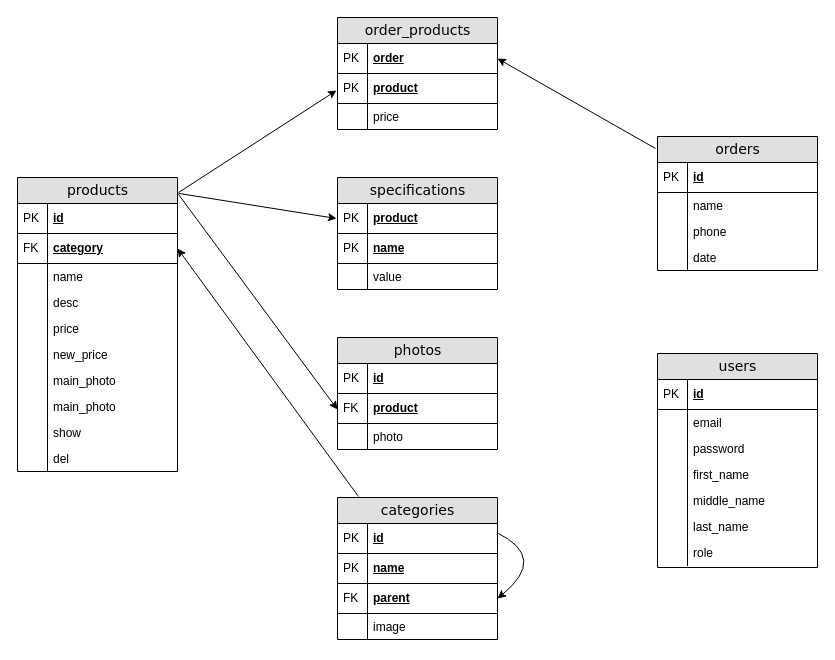
Earlier version of the draw.io diagram schema.drawio (ahr9n/delivery-food). Source tidied: cells renumbered, new cells numbered last; positions are measured from the earlier drawing's top-left corner, leaving out a move shared by most shapes. Both pictures are drawn from the tidied source at 100%, with x=0, y=0 at pixel (17, 17).
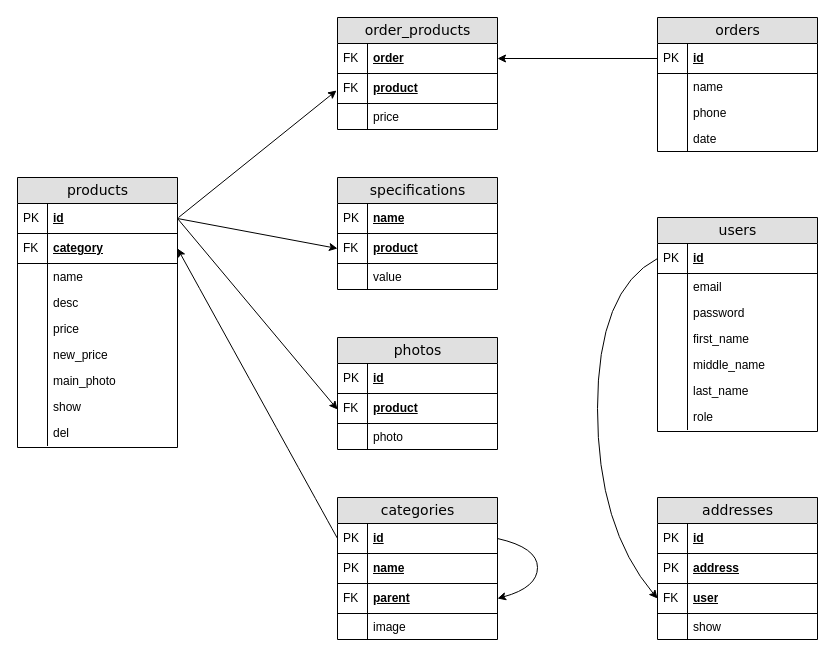
After the change.

The change refers to these unchanged cells:
```xml
<mxCell id="3" value="order" style="shape=partialRectangle;top=0;left=0;right=0;bottom=1;html=1;align=left;verticalAlign=middle;fillColor=none;spacingLeft=34;spacingRight=4;whiteSpace=wrap;overflow=hidden;points=[[0,0.5],[1,0.5]];portConstraint=eastwest;fontStyle=5;" parent="2" vertex="1">
  <mxGeometry y="26" width="160" height="30" as="geometry" />
</mxCell>
<mxCell id="5" value="product" style="shape=partialRectangle;top=0;left=0;right=0;bottom=1;html=1;align=left;verticalAlign=middle;fillColor=none;spacingLeft=34;spacingRight=4;whiteSpace=wrap;overflow=hidden;fontStyle=5;" parent="2" vertex="1">
  <mxGeometry y="56" width="160" height="30" as="geometry" />
</mxCell>
<mxCell id="9" value="specifications" style="swimlane;html=1;fontStyle=0;horizontal=1;startSize=26;fillColor=#e0e0e0;swimlaneFillColor=#ffffff;align=center;rounded=0;shadow=0;comic=0;labelBackgroundColor=none;strokeWidth=1;fontFamily=Verdana;fontSize=14;" parent="1" vertex="1">
  <mxGeometry x="320" y="160" width="160" height="112" as="geometry" />
</mxCell>
<mxCell id="17" value="id" style="shape=partialRectangle;top=0;left=0;right=0;bottom=1;html=1;align=left;verticalAlign=middle;fillColor=none;spacingLeft=34;spacingRight=4;whiteSpace=wrap;overflow=hidden;points=[[0,0.5],[1,0.5]];portConstraint=eastwest;fontStyle=5;" parent="16" vertex="1">
  <mxGeometry y="26" width="160" height="30" as="geometry" />
</mxCell>
<mxCell id="32" value="id" style="shape=partialRectangle;top=0;left=0;right=0;bottom=1;html=1;align=left;verticalAlign=middle;fillColor=none;spacingLeft=34;spacingRight=4;whiteSpace=wrap;overflow=hidden;points=[[0,0.5],[1,0.5]];portConstraint=eastwest;fontStyle=5;" parent="31" vertex="1">
  <mxGeometry y="26" width="160" height="30" as="geometry" />
</mxCell>
<mxCell id="34" value="category" style="shape=partialRectangle;top=0;left=0;right=0;bottom=1;html=1;align=left;verticalAlign=middle;fillColor=none;spacingLeft=34;spacingRight=4;whiteSpace=wrap;overflow=hidden;points=[[0,0.5],[1,0.5]];portConstraint=eastwest;fontStyle=5;" parent="31" vertex="1">
  <mxGeometry y="56" width="160" height="30" as="geometry" />
</mxCell>
<mxCell id="52" value="categories" style="swimlane;html=1;fontStyle=0;horizontal=1;startSize=26;fillColor=#e0e0e0;swimlaneFillColor=#ffffff;align=center;rounded=0;shadow=0;comic=0;labelBackgroundColor=none;strokeWidth=1;fontFamily=Verdana;fontSize=14;" parent="1" vertex="1">
  <mxGeometry x="320" y="480" width="160" height="142" as="geometry" />
</mxCell>
<mxCell id="53" value="id" style="shape=partialRectangle;top=0;left=0;right=0;bottom=1;html=1;align=left;verticalAlign=middle;fillColor=none;spacingLeft=34;spacingRight=4;whiteSpace=wrap;overflow=hidden;points=[[0,0.5],[1,0.5]];portConstraint=eastwest;fontStyle=5;" parent="52" vertex="1">
  <mxGeometry y="26" width="160" height="30" as="geometry" />
</mxCell>
<mxCell id="57" value="parent" style="shape=partialRectangle;top=0;left=0;right=0;bottom=1;html=1;align=left;verticalAlign=middle;fillColor=none;spacingLeft=34;spacingRight=4;whiteSpace=wrap;overflow=hidden;points=[[0,0.5],[1,0.5]];portConstraint=eastwest;fontStyle=5;" parent="52" vertex="1">
  <mxGeometry y="86" width="160" height="30" as="geometry" />
</mxCell>
<mxCell id="70" value="id" style="shape=partialRectangle;top=0;left=0;right=0;bottom=1;html=1;align=left;verticalAlign=middle;fillColor=none;spacingLeft=34;spacingRight=4;whiteSpace=wrap;overflow=hidden;points=[[0,0.5],[1,0.5]];portConstraint=eastwest;fontStyle=5;" parent="69" vertex="1">
  <mxGeometry y="26" width="160" height="30" as="geometry" />
</mxCell>
```

Diff of the diagram source:
```diff
@@
-    <mxCell id="4" value="PK" style="shape=partialRectangle;top=0;left=0;bottom=0;html=1;fillColor=none;align=left;verticalAlign=middle;spacingLeft=4;spacingRight=4;whiteSpace=wrap;overflow=hidden;" parent="3" vertex="1">
+    <mxCell id="4" value="FK" style="shape=partialRectangle;top=0;left=0;bottom=0;html=1;fillColor=none;align=left;verticalAlign=middle;spacingLeft=4;spacingRight=4;whiteSpace=wrap;overflow=hidden;" parent="3" vertex="1">
       <mxGeometry width="30" height="30" as="geometry" />
     </mxCell>
@@
-    <mxCell id="6" value="PK" style="shape=partialRectangle;top=0;left=0;bottom=0;html=1;fillColor=none;align=left;verticalAlign=middle;spacingLeft=4;spacingRight=4;whiteSpace=wrap;overflow=hidden;" parent="5" vertex="1">
+    <mxCell id="6" value="FK" style="shape=partialRectangle;top=0;left=0;bottom=0;html=1;fillColor=none;align=left;verticalAlign=middle;spacingLeft=4;spacingRight=4;whiteSpace=wrap;overflow=hidden;" parent="5" vertex="1">
       <mxGeometry width="30" height="30" as="geometry" />
     </mxCell>
@@
+    <mxCell id="12" value="name" style="shape=partialRectangle;top=0;left=0;right=0;bottom=1;html=1;align=left;verticalAlign=middle;fillColor=none;spacingLeft=34;spacingRight=4;whiteSpace=wrap;overflow=hidden;fontStyle=5;" parent="9" vertex="1">
+      <mxGeometry y="26" width="160" height="30" as="geometry" />
+    </mxCell>
+    <mxCell id="13" value="PK" style="shape=partialRectangle;top=0;left=0;bottom=0;html=1;fillColor=none;align=left;verticalAlign=middle;spacingLeft=4;spacingRight=4;whiteSpace=wrap;overflow=hidden;" parent="12" vertex="1">
+      <mxGeometry width="30" height="30" as="geometry" />
+    </mxCell>
     <mxCell id="10" value="product" style="shape=partialRectangle;top=0;left=0;right=0;bottom=1;html=1;align=left;verticalAlign=middle;fillColor=none;spacingLeft=34;spacingRight=4;whiteSpace=wrap;overflow=hidden;points=[[0,0.5],[1,0.5]];portConstraint=eastwest;fontStyle=5;" parent="9" vertex="1">
-      <mxGeometry y="26" width="160" height="30" as="geometry" />
+      <mxGeometry y="56" width="160" height="30" as="geometry" />
     </mxCell>
-    <mxCell id="11" value="PK" style="shape=partialRectangle;top=0;left=0;bottom=0;html=1;fillColor=none;align=left;verticalAlign=middle;spacingLeft=4;spacingRight=4;whiteSpace=wrap;overflow=hidden;" parent="10" vertex="1">
+    <mxCell id="11" value="FK" style="shape=partialRectangle;top=0;left=0;bottom=0;html=1;fillColor=none;align=left;verticalAlign=middle;spacingLeft=4;spacingRight=4;whiteSpace=wrap;overflow=hidden;" parent="10" vertex="1">
       <mxGeometry width="30" height="30" as="geometry" />
     </mxCell>
-    <mxCell id="12" value="name" style="shape=partialRectangle;top=0;left=0;right=0;bottom=1;html=1;align=left;verticalAlign=middle;fillColor=none;spacingLeft=34;spacingRight=4;whiteSpace=wrap;overflow=hidden;fontStyle=5;" parent="9" vertex="1">
-      <mxGeometry y="56" width="160" height="30" as="geometry" />
-    </mxCell>
-    <mxCell id="13" value="PK" style="shape=partialRectangle;top=0;left=0;bottom=0;html=1;fillColor=none;align=left;verticalAlign=middle;spacingLeft=4;spacingRight=4;whiteSpace=wrap;overflow=hidden;" parent="12" vertex="1">
-      <mxGeometry width="30" height="30" as="geometry" />
-    </mxCell>
@@
     <mxCell id="16" value="users" style="swimlane;html=1;fontStyle=0;horizontal=1;startSize=26;fillColor=#e0e0e0;swimlaneFillColor=#ffffff;align=center;rounded=0;shadow=0;comic=0;labelBackgroundColor=none;strokeWidth=1;fontFamily=Verdana;fontSize=14;" parent="1" vertex="1">
-      <mxGeometry x="640" y="336" width="160" height="214" as="geometry" />
+      <mxGeometry x="640" y="200" width="160" height="214" as="geometry" />
     </mxCell>
@@
     <mxCell id="31" value="products" style="swimlane;html=1;fontStyle=0;horizontal=1;startSize=26;fillColor=#e0e0e0;swimlaneFillColor=#ffffff;align=center;rounded=0;shadow=0;comic=0;labelBackgroundColor=none;strokeWidth=1;fontFamily=Verdana;fontSize=14;" parent="1" vertex="1">
-      <mxGeometry y="160" width="160" height="294" as="geometry" />
+      <mxGeometry y="160" width="160" height="270" as="geometry" />
     </mxCell>
@@
-    <mxCell id="46" value="main_photo" style="shape=partialRectangle;top=0;left=0;right=0;bottom=0;html=1;align=left;verticalAlign=top;fillColor=none;spacingLeft=34;spacingRight=4;whiteSpace=wrap;overflow=hidden;" parent="31" vertex="1">
-      <mxGeometry y="216" width="160" height="26" as="geometry" />
-    </mxCell>
-    <mxCell id="47" style="shape=partialRectangle;top=0;left=0;bottom=0;html=1;fillColor=none;align=left;verticalAlign=top;spacingLeft=4;spacingRight=4;whiteSpace=wrap;overflow=hidden;" parent="46" vertex="1">
-      <mxGeometry width="30" height="26" as="geometry" />
-    </mxCell>
     <mxCell id="48" value="show" style="shape=partialRectangle;top=0;left=0;right=0;bottom=0;html=1;align=left;verticalAlign=top;fillColor=none;spacingLeft=34;spacingRight=4;whiteSpace=wrap;overflow=hidden;" parent="31" vertex="1">
-      <mxGeometry y="242" width="160" height="26" as="geometry" />
+      <mxGeometry y="216" width="160" height="26" as="geometry" />
     </mxCell>
@@
     <mxCell id="50" value="del" style="shape=partialRectangle;top=0;left=0;right=0;bottom=0;html=1;align=left;verticalAlign=top;fillColor=none;spacingLeft=34;spacingRight=4;whiteSpace=wrap;overflow=hidden;" parent="31" vertex="1">
-      <mxGeometry y="268" width="160" height="26" as="geometry" />
+      <mxGeometry y="242" width="160" height="26" as="geometry" />
     </mxCell>
@@
-    <mxCell id="58" value="FK" style="shape=partialRectangle;top=0;left=0;bottom=0;html=1;fillColor=none;align=left;verticalAlign=middle;spacingLeft=4;spacingRight=4;whiteSpace=wrap;overflow=hidden;" parent="57" vertex="1">
-      <mxGeometry width="30" height="30" as="geometry" />
-    </mxCell>
+    <mxCell id="83" value="FK" style="shape=partialRectangle;top=0;left=0;bottom=0;html=1;fillColor=none;align=left;verticalAlign=middle;spacingLeft=4;spacingRight=4;whiteSpace=wrap;overflow=hidden;" parent="57" vertex="1">
+      <mxGeometry width="30" height="30" as="geometry" />
+    </mxCell>
@@
-    <mxCell id="61" style="curved=1;endArrow=classic;html=1;entryX=1;entryY=0.5;entryDx=0;entryDy=0;exitX=1;exitY=0.25;exitDx=0;exitDy=0;" parent="52" edge="1" source="52" target="57">
-      <mxGeometry relative="1" as="geometry">
-        <Array as="points">
-          <mxPoint x="210" y="60" />
-        </Array>
-      </mxGeometry>
-    </mxCell>
+    <mxCell id="84" style="curved=1;endArrow=classic;html=1;entryX=1;entryY=0.5;entryDx=0;entryDy=0;exitX=1;exitY=0.5;exitDx=0;exitDy=0;" parent="52" edge="1" source="53" target="57">
+      <mxGeometry relative="1" as="geometry">
+        <Array as="points">
+          <mxPoint x="200" y="50" />
+          <mxPoint x="200" y="90" />
+        </Array>
+      </mxGeometry>
+    </mxCell>
@@
     <mxCell id="69" value="orders" style="swimlane;html=1;fontStyle=0;horizontal=1;startSize=26;fillColor=#e0e0e0;swimlaneFillColor=#ffffff;align=center;rounded=0;shadow=0;comic=0;labelBackgroundColor=none;strokeWidth=1;fontFamily=Verdana;fontSize=14;" parent="1" vertex="1">
-      <mxGeometry x="640" y="119" width="160" height="134" as="geometry" />
+      <mxGeometry x="640" width="160" height="134" as="geometry" />
     </mxCell>
@@
-    <mxCell id="78" style="curved=1;endArrow=classic;html=1;entryX=1;entryY=0.5;entryDx=0;entryDy=0;exitX=0.131;exitY=-0.007;exitDx=0;exitDy=0;exitPerimeter=0;" parent="1" edge="1" source="52" target="34">
+    <mxCell id="78" style="curved=1;endArrow=classic;html=1;entryX=1;entryY=0.5;entryDx=0;entryDy=0;exitX=0;exitY=0.5;exitDx=0;exitDy=0;" parent="1" edge="1" source="53" target="34">
       <mxGeometry relative="1" as="geometry" />
     </mxCell>
-    <mxCell id="79" style="endArrow=classic;html=1;exitX=1.006;exitY=0.054;exitDx=0;exitDy=0;exitPerimeter=0;entryX=0;entryY=0.5;entryDx=0;entryDy=0;" parent="1" edge="1">
+    <mxCell id="79" style="endArrow=classic;html=1;exitX=1;exitY=0.5;exitDx=0;exitDy=0;entryX=0;entryY=0.5;entryDx=0;entryDy=0;" parent="1" edge="1" source="32">
       <mxGeometry relative="1" as="geometry">
-        <mxPoint x="161" y="176.9" as="sourcePoint" />
         <mxPoint x="320" y="392" as="targetPoint" />
       </mxGeometry>
     </mxCell>
-    <mxCell id="80" style="endArrow=classic;html=1;exitX=1.013;exitY=0.054;exitDx=0;exitDy=0;exitPerimeter=0;entryX=0;entryY=0.5;entryDx=0;entryDy=0;" parent="1" edge="1">
-      <mxGeometry relative="1" as="geometry">
-        <mxPoint x="161.1" y="175.9" as="sourcePoint" />
-        <mxPoint x="319" y="201" as="targetPoint" />
-      </mxGeometry>
+    <mxCell id="80" style="endArrow=classic;html=1;exitX=1;exitY=0.5;exitDx=0;exitDy=0;entryX=0;entryY=0.5;entryDx=0;entryDy=0;" parent="1" edge="1" source="32" target="10">
+      <mxGeometry relative="1" as="geometry" />
     </mxCell>
     <mxCell id="81" style="endArrow=classic;html=1;" parent="1" edge="1">
       <mxGeometry relative="1" as="geometry">
-        <mxPoint x="161" y="175" as="sourcePoint" />
+        <mxPoint x="161" y="200" as="sourcePoint" />
         <mxPoint x="319" y="73" as="targetPoint" />
       </mxGeometry>
     </mxCell>
-    <mxCell id="82" style="endArrow=classic;html=1;exitX=-0.012;exitY=0.09;exitDx=0;exitDy=0;exitPerimeter=0;entryX=1;entryY=0.5;entryDx=0;entryDy=0;" parent="1" edge="1" source="69" target="3">
+    <mxCell id="82" style="endArrow=classic;html=1;exitX=0;exitY=0.5;exitDx=0;exitDy=0;entryX=1;entryY=0.5;entryDx=0;entryDy=0;" parent="1" edge="1" source="70" target="3">
       <mxGeometry relative="1" as="geometry" />
     </mxCell>
+    <mxCell id="85" value="addresses" style="swimlane;html=1;fontStyle=0;horizontal=1;startSize=26;fillColor=#e0e0e0;swimlaneFillColor=#ffffff;align=center;rounded=0;shadow=0;comic=0;labelBackgroundColor=none;strokeWidth=1;fontFamily=Verdana;fontSize=14;" parent="1" vertex="1">
+      <mxGeometry x="640" y="480" width="160" height="142" as="geometry" />
+    </mxCell>
+    <mxCell id="86" value="id" style="shape=partialRectangle;top=0;left=0;right=0;bottom=1;html=1;align=left;verticalAlign=middle;fillColor=none;spacingLeft=34;spacingRight=4;whiteSpace=wrap;overflow=hidden;fontStyle=5;" parent="85" vertex="1">
+      <mxGeometry y="26" width="160" height="30" as="geometry" />
+    </mxCell>
+    <mxCell id="87" value="PK" style="shape=partialRectangle;top=0;left=0;bottom=0;html=1;fillColor=none;align=left;verticalAlign=middle;spacingLeft=4;spacingRight=4;whiteSpace=wrap;overflow=hidden;" parent="86" vertex="1">
+      <mxGeometry width="30" height="30" as="geometry" />
+    </mxCell>
+    <mxCell id="88" value="address" style="shape=partialRectangle;top=0;left=0;right=0;bottom=1;html=1;align=left;verticalAlign=middle;fillColor=none;spacingLeft=34;spacingRight=4;whiteSpace=wrap;overflow=hidden;fontStyle=5;" parent="85" vertex="1">
+      <mxGeometry y="56" width="160" height="30" as="geometry" />
+    </mxCell>
+    <mxCell id="89" value="PK" style="shape=partialRectangle;top=0;left=0;bottom=0;html=1;fillColor=none;align=left;verticalAlign=middle;spacingLeft=4;spacingRight=4;whiteSpace=wrap;overflow=hidden;" parent="88" vertex="1">
+      <mxGeometry width="30" height="30" as="geometry" />
+    </mxCell>
+    <mxCell id="90" value="user" style="shape=partialRectangle;top=0;left=0;right=0;bottom=1;html=1;align=left;verticalAlign=middle;fillColor=none;spacingLeft=34;spacingRight=4;whiteSpace=wrap;overflow=hidden;points=[[0,0.5],[1,0.5]];portConstraint=eastwest;fontStyle=5;" parent="85" vertex="1">
+      <mxGeometry y="86" width="160" height="30" as="geometry" />
+    </mxCell>
+    <mxCell id="91" value="FK" style="shape=partialRectangle;top=0;left=0;bottom=0;html=1;fillColor=none;align=left;verticalAlign=middle;spacingLeft=4;spacingRight=4;whiteSpace=wrap;overflow=hidden;" parent="90" vertex="1">
+      <mxGeometry width="30" height="30" as="geometry" />
+    </mxCell>
+    <mxCell id="92" value="show" style="shape=partialRectangle;top=0;left=0;right=0;bottom=0;html=1;align=left;verticalAlign=top;fillColor=none;spacingLeft=34;spacingRight=4;whiteSpace=wrap;overflow=hidden;" parent="85" vertex="1">
+      <mxGeometry y="116" width="160" height="26" as="geometry" />
+    </mxCell>
+    <mxCell id="47" style="shape=partialRectangle;top=0;left=0;bottom=0;html=1;fillColor=none;align=left;verticalAlign=top;spacingLeft=4;spacingRight=4;whiteSpace=wrap;overflow=hidden;" parent="92" vertex="1">
+      <mxGeometry width="30" height="26" as="geometry" />
+    </mxCell>
+    <mxCell id="93" style="curved=1;endArrow=classic;html=1;exitX=0;exitY=0.5;exitDx=0;exitDy=0;entryX=0;entryY=0.5;entryDx=0;entryDy=0;" parent="1" edge="1" source="17" target="90">
+      <mxGeometry relative="1" as="geometry">
+        <Array as="points">
+          <mxPoint x="580" y="272" />
+          <mxPoint x="580" y="510" />
+        </Array>
+      </mxGeometry>
+    </mxCell>
```
